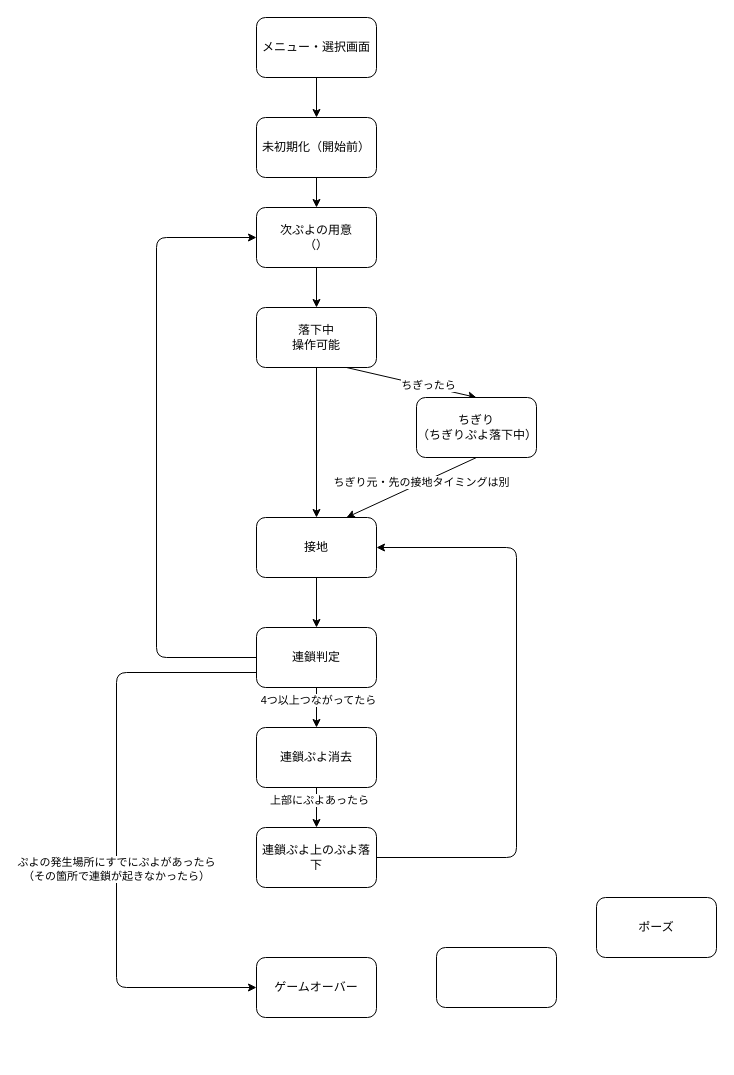
Earlier version of the draw.io diagram page "各ステートの流れ・旧" (6 of 7) of memo.drawio (tanaka774/puyo_mountain). Source tidied: cells renumbered, new cells numbered last; positions are measured from the earlier drawing's top-left corner, leaving out a move shared by most shapes. Both pictures are drawn from the tidied source at 100%, with x=0, y=0 at pixel (116, 17).
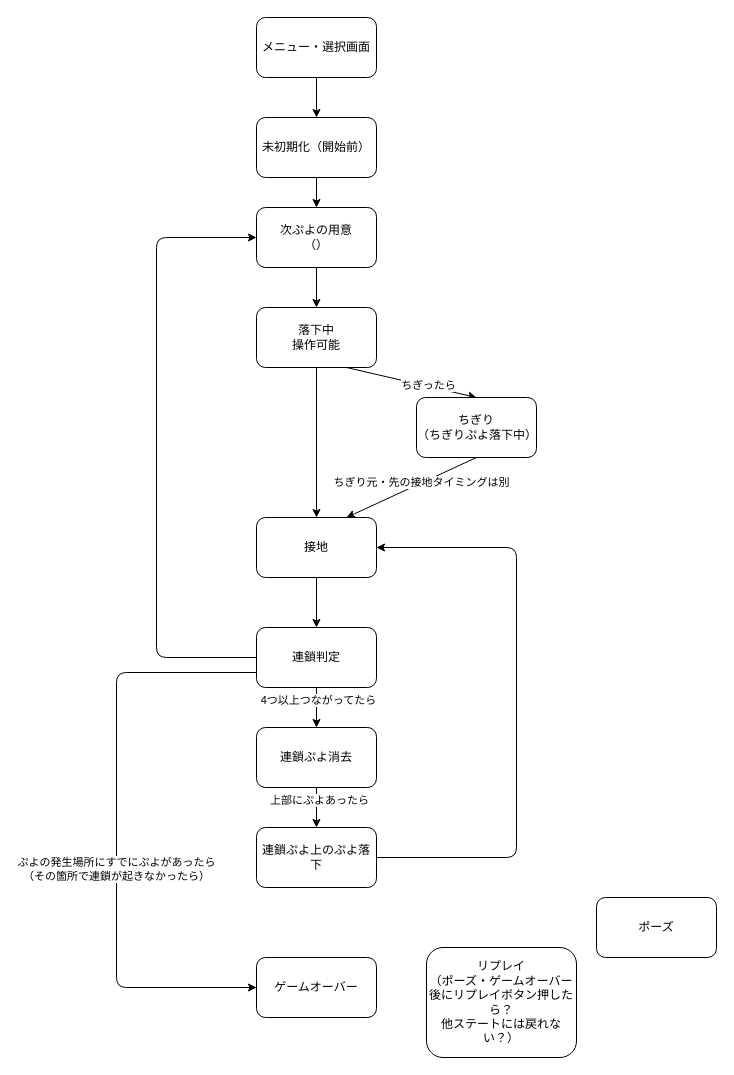
The same page after the edit.

Diff of the diagram source:
```diff
@@
-    <mxCell id="30" style="rounded=1;whiteSpace=wrap;html=1;" parent="1" vertex="1">
-      <mxGeometry x="320" y="930" width="120" height="60" as="geometry" />
+    <mxCell id="30" value="リプレイ&lt;br&gt;（ポーズ・ゲームオーバー後にリプレイボタン押したら？&lt;br&gt;他ステートには戻れない？）" style="rounded=1;whiteSpace=wrap;html=1;" parent="1" vertex="1">
+      <mxGeometry x="310" y="930" width="150" height="110" as="geometry" />
     </mxCell>
```
